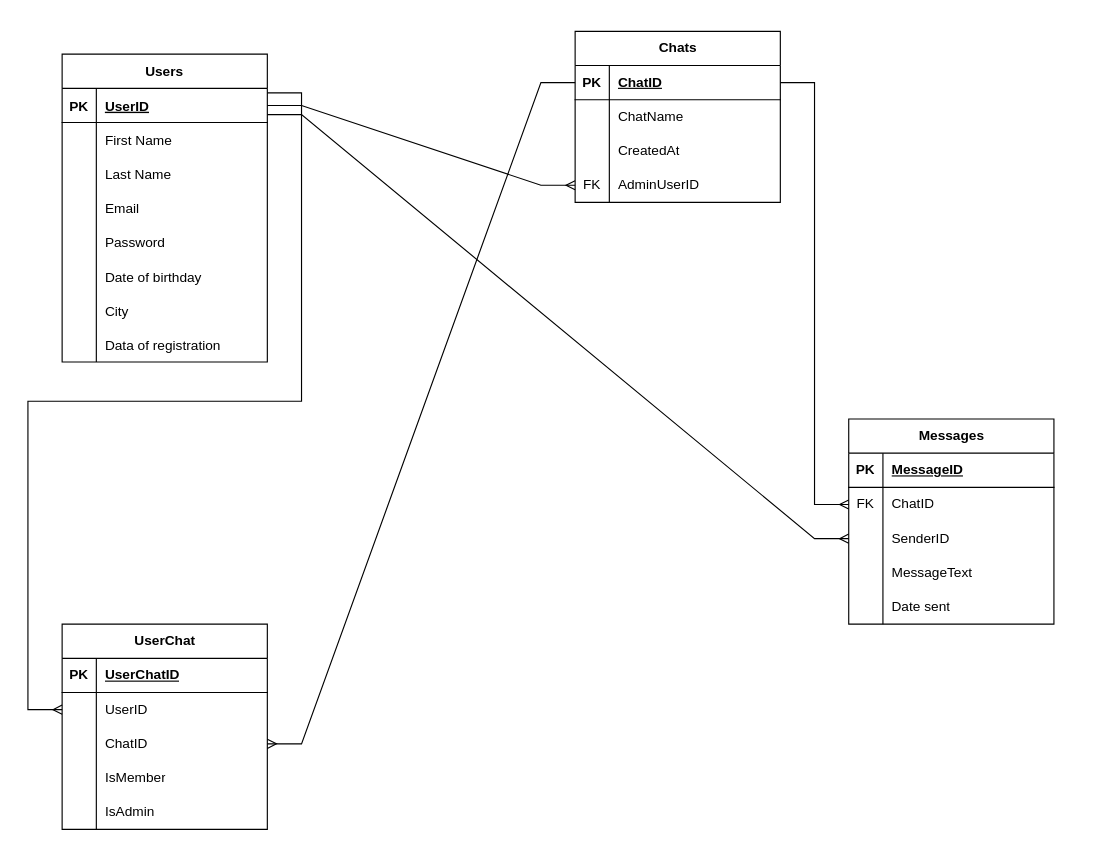
pp20u1515/Data_Base keeps this draw.io diagram as lab_01/diagram.drawio. Above is the earlier version. Source tidied: cells renumbered, new cells numbered last; positions are measured from the earlier drawing's top-left corner, leaving out a move shared by most shapes. Both pictures are drawn from the tidied source at 114%, with x=0, y=0 at pixel (62, 31).
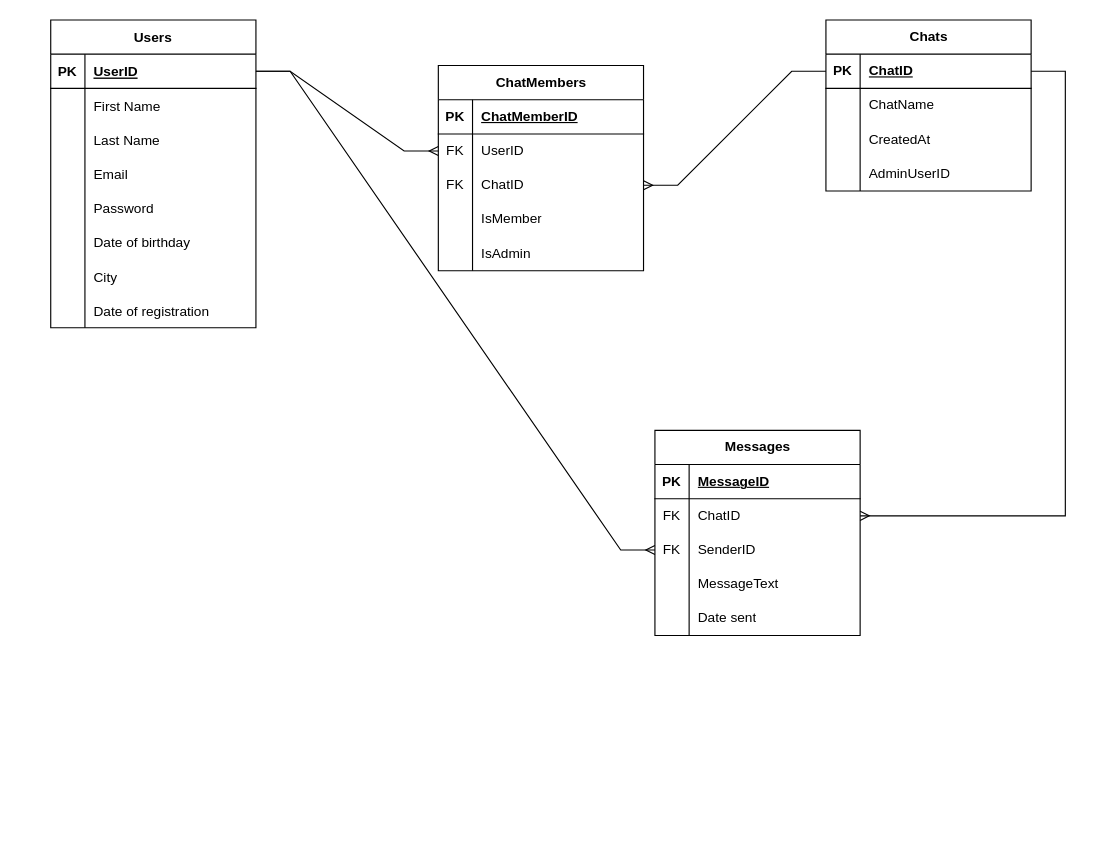
The same diagram, later.

The change refers to these unchanged cells:
```xml
<mxCell id="4" style="shape=partialRectangle;fillColor=none;top=0;left=0;bottom=1;right=0;points=[[0,0.5],[1,0.5]];portConstraint=eastwest;" parent="3" vertex="1">
  <mxGeometry y="30" width="180" height="30" as="geometry" />
</mxCell>
<mxCell id="25" style="shape=partialRectangle;fillColor=none;top=0;left=0;bottom=0;right=0;" parent="3" vertex="1">
  <mxGeometry y="240" width="180" height="30" as="geometry" />
</mxCell>
<mxCell id="29" style="shape=tableRow;horizontal=0;startSize=0;swimlaneHead=0;swimlaneBody=0;fillColor=none;points=[[0,0.5],[1,0.5]];portConstraint=eastwest;top=0;left=0;right=0;bottom=1;" parent="28" vertex="1">
  <mxGeometry y="30" width="180" height="30" as="geometry" />
</mxCell>
<mxCell id="38" style="shape=tableRow;horizontal=0;startSize=0;swimlaneHead=0;swimlaneBody=0;fillColor=none;points=[[0,0.5],[1,0.5]];portConstraint=eastwest;top=0;left=0;right=0;bottom=0;" parent="28" vertex="1">
  <mxGeometry y="120" width="180" height="30" as="geometry" />
</mxCell>
<mxCell id="45" style="shape=tableRow;horizontal=0;startSize=0;swimlaneHead=0;swimlaneBody=0;fillColor=none;points=[[0,0.5],[1,0.5]];portConstraint=eastwest;top=0;left=0;right=0;bottom=0;" parent="41" vertex="1">
  <mxGeometry y="60" width="180" height="30" as="geometry" />
</mxCell>
<mxCell id="48" style="shape=tableRow;horizontal=0;startSize=0;swimlaneHead=0;swimlaneBody=0;fillColor=none;points=[[0,0.5],[1,0.5]];portConstraint=eastwest;top=0;left=0;right=0;bottom=0;" parent="41" vertex="1">
  <mxGeometry y="90" width="180" height="30" as="geometry" />
</mxCell>
<mxCell id="58" style="shape=tableRow;horizontal=0;startSize=0;swimlaneHead=0;swimlaneBody=0;fillColor=none;top=0;left=0;right=0;bottom=1;" parent="57" vertex="1">
  <mxGeometry y="30" width="180" height="30" as="geometry" />
</mxCell>
<mxCell id="61" style="shape=tableRow;horizontal=0;startSize=0;swimlaneHead=0;swimlaneBody=0;fillColor=none;points=[[0,0.5],[1,0.5]];portConstraint=eastwest;top=0;left=0;right=0;bottom=0;" parent="57" vertex="1">
  <mxGeometry y="60" width="180" height="30" as="geometry" />
</mxCell>
<mxCell id="64" style="shape=tableRow;horizontal=0;startSize=0;swimlaneHead=0;swimlaneBody=0;fillColor=none;points=[[0,0.5],[1,0.5]];portConstraint=eastwest;top=0;left=0;right=0;bottom=0;" parent="57" vertex="1">
  <mxGeometry y="90" width="180" height="30" as="geometry" />
</mxCell>
<mxCell id="67" style="shape=tableRow;horizontal=0;startSize=0;swimlaneHead=0;swimlaneBody=0;fillColor=none;top=0;left=0;right=0;bottom=0;" parent="57" vertex="1">
  <mxGeometry y="120" width="180" height="30" as="geometry" />
</mxCell>
<mxCell id="70" style="shape=tableRow;horizontal=0;startSize=0;swimlaneHead=0;swimlaneBody=0;fillColor=none;top=0;left=0;right=0;bottom=0;" parent="57" vertex="1">
  <mxGeometry y="150" width="180" height="30" as="geometry" />
</mxCell>
```

Change to the diagram source:
```diff
@@
     <mxCell id="3" value="Users" style="shape=table;startSize=30;childLayout=tableLayout;rowLines=0;fontStyle=1;align=center;" parent="1" vertex="1">
-      <mxGeometry y="20" width="180" height="270" as="geometry" />
+      <mxGeometry x="-10" y="-10" width="180" height="270" as="geometry" />
     </mxCell>
@@
-    <mxCell id="27" value="Data of registration" style="shape=partialRectangle;fillColor=none;top=0;left=0;bottom=0;right=0;align=left;spacingLeft=6;overflow=hidden;" parent="25" vertex="1">
+    <mxCell id="27" value="Date of registration" style="shape=partialRectangle;fillColor=none;top=0;left=0;bottom=0;right=0;align=left;spacingLeft=6;overflow=hidden;" parent="25" vertex="1">
       <mxGeometry x="30" width="150" height="30" as="geometry" />
     </mxCell>
     <mxCell id="28" value="Chats" style="shape=table;startSize=30;childLayout=tableLayout;rowLines=0;fontStyle=1;align=center;html=1;" parent="1" vertex="1">
-      <mxGeometry x="450" width="180" height="150" as="geometry" />
+      <mxGeometry x="670" y="-10" width="180" height="150" as="geometry" />
     </mxCell>
@@
-    <mxCell id="39" value="FK" style="shape=partialRectangle;fillColor=none;top=0;left=0;bottom=0;right=0;overflow=hidden;whiteSpace=wrap;html=1;" parent="38" vertex="1">
+    <mxCell id="39" style="shape=partialRectangle;fillColor=none;top=0;left=0;bottom=0;right=0;overflow=hidden;whiteSpace=wrap;html=1;" parent="38" vertex="1">
       <mxGeometry width="30" height="30" as="geometry" />
     </mxCell>
@@
     <mxCell id="41" value="Messages" style="shape=table;startSize=30;childLayout=tableLayout;rowLines=0;fontStyle=1;align=center;html=1;" parent="1" vertex="1">
-      <mxGeometry x="690" y="340" width="180" height="180" as="geometry" />
+      <mxGeometry x="520" y="350" width="180" height="180" as="geometry" />
     </mxCell>
@@
-    <mxCell id="49" style="shape=partialRectangle;fillColor=none;top=0;left=0;bottom=0;right=0;overflow=hidden;whiteSpace=wrap;html=1;" parent="48" vertex="1">
+    <mxCell id="49" value="FK" style="shape=partialRectangle;fillColor=none;top=0;left=0;bottom=0;right=0;overflow=hidden;whiteSpace=wrap;html=1;" parent="48" vertex="1">
       <mxGeometry width="30" height="30" as="geometry" />
     </mxCell>
@@
-    <mxCell id="57" value="UserChat" style="shape=table;startSize=30;childLayout=tableLayout;rowLines=0;fontStyle=1;align=center;html=1;" parent="1" vertex="1">
-      <mxGeometry y="520" width="180" height="180" as="geometry" />
+    <mxCell id="57" value="ChatMembers" style="shape=table;startSize=30;childLayout=tableLayout;rowLines=0;fontStyle=1;align=center;html=1;" parent="1" vertex="1">
+      <mxGeometry x="330" y="30" width="180" height="180" as="geometry" />
     </mxCell>
@@
-    <mxCell id="60" value="UserChatID" style="shape=partialRectangle;fillColor=none;top=0;left=0;bottom=0;right=0;align=left;spacingLeft=6;fontStyle=5;overflow=hidden;whiteSpace=wrap;html=1;" parent="58" vertex="1">
+    <mxCell id="60" value="ChatMemberID" style="shape=partialRectangle;fillColor=none;top=0;left=0;bottom=0;right=0;align=left;spacingLeft=6;fontStyle=5;overflow=hidden;whiteSpace=wrap;html=1;" parent="58" vertex="1">
       <mxGeometry x="30" width="150" height="30" as="geometry" />
     </mxCell>
@@
-    <mxCell id="62" style="shape=partialRectangle;fillColor=none;top=0;left=0;bottom=0;right=0;overflow=hidden;whiteSpace=wrap;html=1;" parent="61" vertex="1">
+    <mxCell id="62" value="FK" style="shape=partialRectangle;fillColor=none;top=0;left=0;bottom=0;right=0;overflow=hidden;whiteSpace=wrap;html=1;" parent="61" vertex="1">
       <mxGeometry width="30" height="30" as="geometry" />
     </mxCell>
@@
-    <mxCell id="65" style="shape=partialRectangle;fillColor=none;top=0;left=0;bottom=0;right=0;overflow=hidden;whiteSpace=wrap;html=1;" parent="64" vertex="1">
+    <mxCell id="65" value="FK" style="shape=partialRectangle;fillColor=none;top=0;left=0;bottom=0;right=0;overflow=hidden;whiteSpace=wrap;html=1;" parent="64" vertex="1">
       <mxGeometry width="30" height="30" as="geometry" />
     </mxCell>
@@
-    <mxCell id="68" style="shape=partialRectangle;fillColor=none;top=0;left=0;bottom=0;right=0;overflow=hidden;whiteSpace=wrap;html=1;" parent="67" vertex="1">
-      <mxGeometry width="30" height="30" as="geometry" />
-    </mxCell>
+    <mxCell id="78" style="shape=partialRectangle;fillColor=none;top=0;left=0;bottom=0;right=0;overflow=hidden;whiteSpace=wrap;html=1;" parent="67" vertex="1">
+      <mxGeometry width="30" height="30" as="geometry" />
+    </mxCell>
@@
-    <mxCell id="71" style="shape=partialRectangle;fillColor=none;top=0;left=0;bottom=0;right=0;overflow=hidden;whiteSpace=wrap;html=1;" parent="70" vertex="1">
-      <mxGeometry width="30" height="30" as="geometry" />
-    </mxCell>
+    <mxCell id="79" style="shape=partialRectangle;fillColor=none;top=0;left=0;bottom=0;right=0;overflow=hidden;whiteSpace=wrap;html=1;" parent="70" vertex="1">
+      <mxGeometry width="30" height="30" as="geometry" />
+    </mxCell>
@@
-    <mxCell id="73" style="edgeStyle=entityRelationEdgeStyle;fontSize=12;html=1;endArrow=ERmany;rounded=0;entryX=0;entryY=0.5;entryDx=0;entryDy=0;exitX=1;exitY=0.5;exitDx=0;exitDy=0;" parent="1" edge="1" source="4" target="38">
-      <mxGeometry relative="1" as="geometry" />
-    </mxCell>
+    <mxCell id="76" style="edgeStyle=entityRelationEdgeStyle;fontSize=12;html=1;endArrow=ERmany;rounded=0;exitX=0;exitY=0.5;exitDx=0;exitDy=0;" parent="1" edge="1" source="29" target="64">
+      <mxGeometry relative="1" as="geometry" />
+    </mxCell>
+    <mxCell id="80" style="edgeStyle=entityRelationEdgeStyle;fontSize=12;html=1;endArrow=ERmany;rounded=0;exitX=1;exitY=0.5;exitDx=0;exitDy=0;" parent="1" edge="1" source="4" target="61">
+      <mxGeometry relative="1" as="geometry" />
+    </mxCell>
-    <mxCell id="74" style="edgeStyle=entityRelationEdgeStyle;fontSize=12;html=1;endArrow=ERmany;rounded=0;entryX=0;entryY=0.5;entryDx=0;entryDy=0;exitX=1;exitY=0.5;exitDx=0;exitDy=0;" parent="1" edge="1" source="29" target="45">
+    <mxCell id="74" style="edgeStyle=entityRelationEdgeStyle;fontSize=12;html=1;endArrow=ERmany;rounded=0;" parent="1" edge="1" source="29" target="45">
       <mxGeometry relative="1" as="geometry" />
     </mxCell>
-    <mxCell id="75" style="edgeStyle=entityRelationEdgeStyle;fontSize=12;html=1;endArrow=ERmany;rounded=0;entryX=0;entryY=0.5;entryDx=0;entryDy=0;exitX=1;exitY=0.767;exitDx=0;exitDy=0;exitPerimeter=0;" parent="1" edge="1" source="4" target="48">
+    <mxCell id="75" style="edgeStyle=entityRelationEdgeStyle;fontSize=12;html=1;endArrow=ERmany;rounded=0;exitX=1;exitY=0.5;exitDx=0;exitDy=0;" parent="1" edge="1" source="4" target="48">
       <mxGeometry relative="1" as="geometry" />
     </mxCell>
-    <mxCell id="76" style="edgeStyle=entityRelationEdgeStyle;fontSize=12;html=1;endArrow=ERmany;rounded=0;entryX=1;entryY=0.5;entryDx=0;entryDy=0;exitX=0;exitY=0.5;exitDx=0;exitDy=0;" parent="1" edge="1" source="29" target="64">
-      <mxGeometry relative="1" as="geometry" />
-    </mxCell>
-    <mxCell id="77" style="edgeStyle=entityRelationEdgeStyle;fontSize=12;html=1;endArrow=ERmany;rounded=0;exitX=1;exitY=0.133;exitDx=0;exitDy=0;exitPerimeter=0;" parent="1" edge="1" source="4">
-      <mxGeometry relative="1" as="geometry">
-        <mxPoint y="595" as="targetPoint" />
-      </mxGeometry>
-    </mxCell>
```
